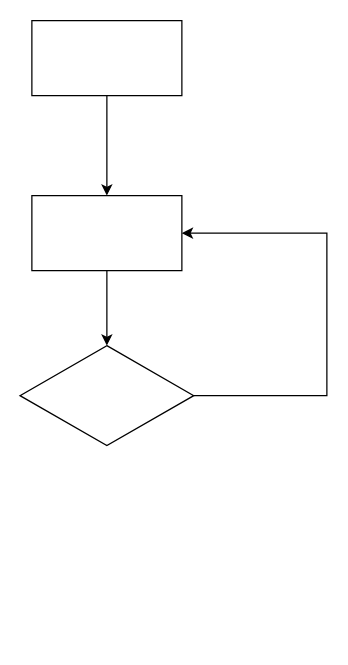
This is Untitled Diagram.drawio from GF157/drawio, a draw.io file, before an edit. Source tidied: cells renumbered, new cells numbered last; positions are measured from the earlier drawing's top-left corner, leaving out a move shared by most shapes. Both pictures are drawn from the tidied source at 125%, with x=0, y=0 at pixel (19, 20).
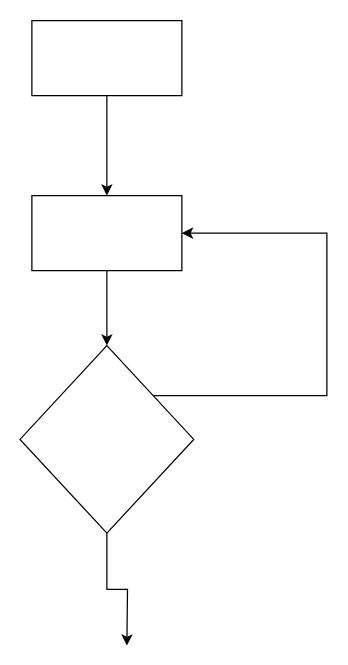
The same diagram, later.

What changed in the source:
```diff
@@
 <mxGraphModel>
   <root>
     <mxCell id="0" />
     <mxCell id="1" parent="0" />
     <mxCell id="2" style="edgeStyle=orthogonalEdgeStyle;rounded=0;jettySize=auto;html=1;" parent="1" edge="1" source="3" target="5">
       <mxGeometry relative="1" as="geometry" />
     </mxCell>
     <mxCell id="3" style="rounded=0;whiteSpace=wrap;html=1;" parent="1" vertex="1">
       <mxGeometry x="10" width="120" height="60" as="geometry" />
     </mxCell>
     <mxCell id="4" style="edgeStyle=orthogonalEdgeStyle;rounded=0;jettySize=auto;html=1;" parent="1" edge="1" source="5" target="7">
       <mxGeometry relative="1" as="geometry" />
     </mxCell>
     <mxCell id="5" style="rounded=0;whiteSpace=wrap;html=1;" parent="1" vertex="1">
       <mxGeometry x="10" y="140" width="120" height="60" as="geometry" />
     </mxCell>
     <mxCell id="6" style="edgeStyle=orthogonalEdgeStyle;rounded=0;jettySize=auto;html=1;entryX=1;entryY=0.5;entryDx=0;entryDy=0;" parent="1" edge="1" source="7" target="5">
       <mxGeometry relative="1" as="geometry">
         <Array as="points">
           <mxPoint x="246" y="300" />
           <mxPoint x="246" y="170" />
         </Array>
       </mxGeometry>
     </mxCell>
+    <mxCell id="8" style="edgeStyle=orthogonalEdgeStyle;rounded=0;jettySize=auto;html=1;" parent="1" edge="1" source="7">
+      <mxGeometry relative="1" as="geometry">
+        <mxPoint x="86" y="500" as="targetPoint" />
+      </mxGeometry>
+    </mxCell>
     <mxCell id="7" style="rhombus;whiteSpace=wrap;html=1;rounded=0;" parent="1" vertex="1">
-      <mxGeometry x="0.5" y="260" width="139" height="80" as="geometry" />
+      <mxGeometry x="0.5" y="260" width="139" height="150" as="geometry" />
     </mxCell>
   </root>
 </mxGraphModel>
```
